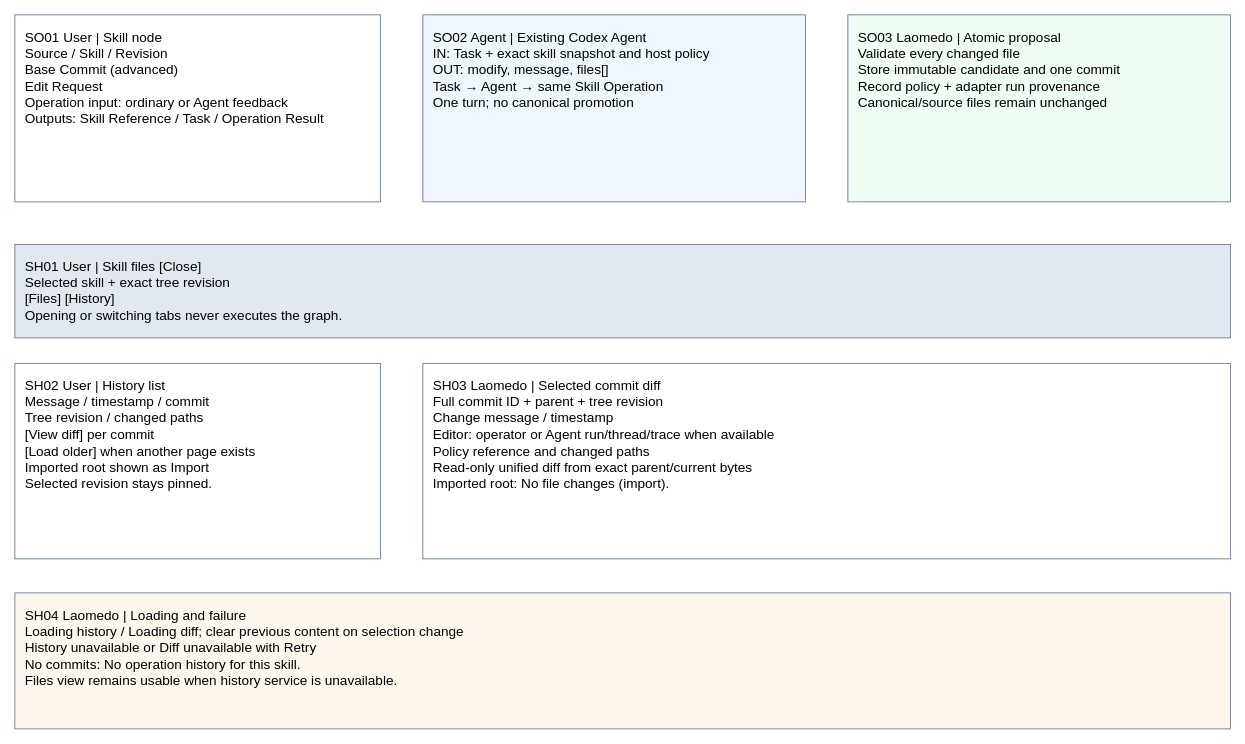
The draw.io diagram page "Skill operations and history" (2 of 2) of projects/laomedo/subsystems/skill-registry/design/skill-files.drawio in amadou-6e/specs, before the edit. Source tidied: cells renumbered, new cells numbered last; positions are measured from the earlier drawing's top-left corner, leaving out a move shared by most shapes. Both pictures are drawn from the tidied source at 85%, with x=0, y=0 at pixel (14, 14).
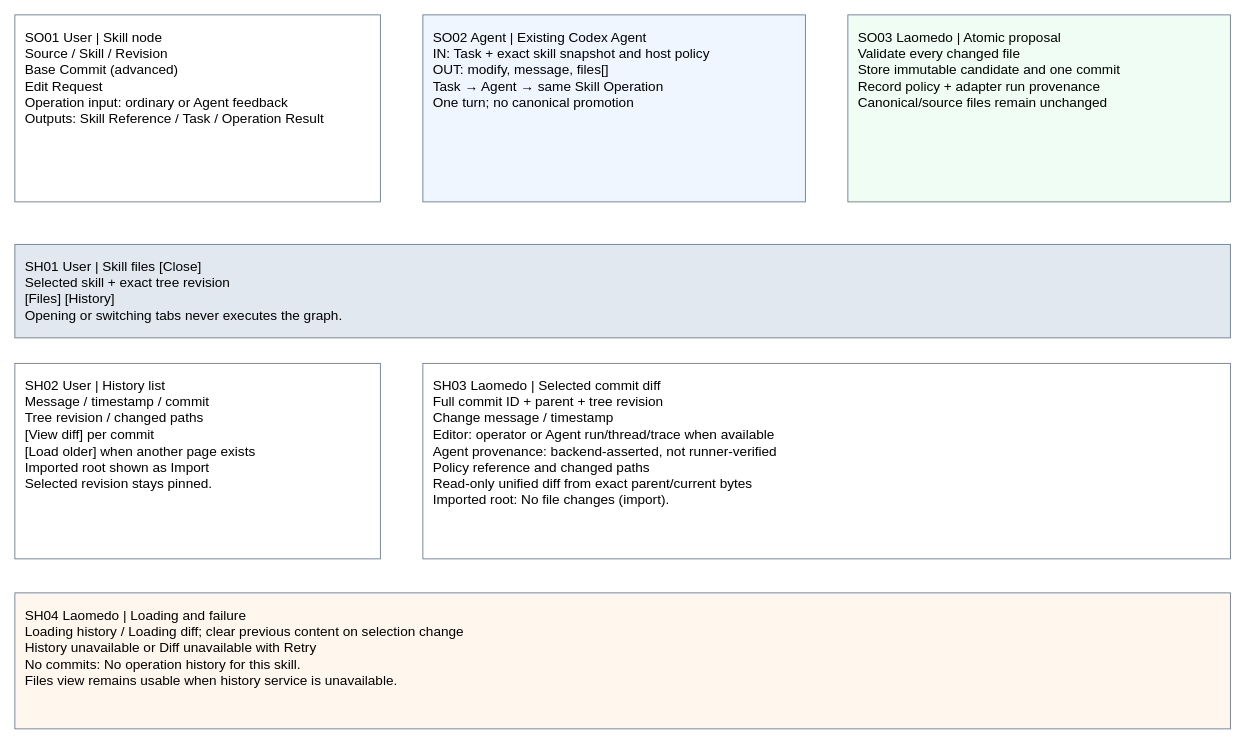
The same diagram, later.

Commit message (it also covers changes not shown here):
Clarify asserted provenance and candidate selection in Skill operations

What changed in the source:
```diff
@@
 <mxGraphModel>
   <root>
     <mxCell id="0" />
     <mxCell id="1" parent="0" />
     <mxCell id="2" value="SO01 User | Skill node&#10;Source / Skill / Revision&#10;Base Commit (advanced)&#10;Edit Request&#10;Operation input: ordinary or Agent feedback&#10;Outputs: Skill Reference / Task / Operation Result" style="rounded=0;whiteSpace=wrap;html=0;align=left;verticalAlign=top;spacing=12;fontFamily=Arial;fontSize=16;fillColor=#ffffff;strokeColor=#64748b;" parent="1" vertex="1">
       <mxGeometry width="430" height="220" as="geometry" />
     </mxCell>
     <mxCell id="3" value="SO02 Agent | Existing Codex Agent&#10;IN: Task + exact skill snapshot and host policy&#10;OUT: modify, message, files[]&#10;Task → Agent → same Skill Operation&#10;One turn; no canonical promotion" style="rounded=0;whiteSpace=wrap;html=0;align=left;verticalAlign=top;spacing=12;fontFamily=Arial;fontSize=16;fillColor=#eff6ff;strokeColor=#64748b;" parent="1" vertex="1">
       <mxGeometry x="480" width="450" height="220" as="geometry" />
     </mxCell>
     <mxCell id="4" value="SO03 Laomedo | Atomic proposal&#10;Validate every changed file&#10;Store immutable candidate and one commit&#10;Record policy + adapter run provenance&#10;Canonical/source files remain unchanged" style="rounded=0;whiteSpace=wrap;html=0;align=left;verticalAlign=top;spacing=12;fontFamily=Arial;fontSize=16;fillColor=#f0fdf4;strokeColor=#64748b;" parent="1" vertex="1">
       <mxGeometry x="980" width="450" height="220" as="geometry" />
     </mxCell>
     <mxCell id="5" value="SH01 User | Skill files                         [Close]&#10;Selected skill + exact tree revision&#10;[Files] [History]&#10;Opening or switching tabs never executes the graph." style="rounded=0;whiteSpace=wrap;html=0;align=left;verticalAlign=top;spacing=12;fontFamily=Arial;fontSize=16;fillColor=#e2e8f0;strokeColor=#64748b;" parent="1" vertex="1">
       <mxGeometry y="270" width="1430" height="110" as="geometry" />
     </mxCell>
     <mxCell id="6" value="SH02 User | History list&#10;Message / timestamp / commit&#10;Tree revision / changed paths&#10;[View diff] per commit&#10;[Load older] when another page exists&#10;Imported root shown as Import&#10;Selected revision stays pinned." style="rounded=0;whiteSpace=wrap;html=0;align=left;verticalAlign=top;spacing=12;fontFamily=Arial;fontSize=16;fillColor=#ffffff;strokeColor=#64748b;" parent="1" vertex="1">
       <mxGeometry y="410" width="430" height="230" as="geometry" />
     </mxCell>
-    <mxCell id="7" value="SH03 Laomedo | Selected commit diff&#10;Full commit ID + parent + tree revision&#10;Change message / timestamp&#10;Editor: operator or Agent run/thread/trace when available&#10;Policy reference and changed paths&#10;Read-only unified diff from exact parent/current bytes&#10;Imported root: No file changes (import)." style="rounded=0;whiteSpace=wrap;html=0;align=left;verticalAlign=top;spacing=12;fontFamily=Arial;fontSize=16;fillColor=#ffffff;strokeColor=#64748b;" parent="1" vertex="1">
+    <mxCell id="7" value="SH03 Laomedo | Selected commit diff&#10;Full commit ID + parent + tree revision&#10;Change message / timestamp&#10;Editor: operator or Agent run/thread/trace when available&#10;Agent provenance: backend-asserted, not runner-verified&#10;Policy reference and changed paths&#10;Read-only unified diff from exact parent/current bytes&#10;Imported root: No file changes (import)." style="rounded=0;whiteSpace=wrap;html=0;align=left;verticalAlign=top;spacing=12;fontFamily=Arial;fontSize=16;fillColor=#ffffff;strokeColor=#64748b;" parent="1" vertex="1">
       <mxGeometry x="480" y="410" width="950" height="230" as="geometry" />
     </mxCell>
     <mxCell id="8" value="SH04 Laomedo | Loading and failure&#10;Loading history / Loading diff; clear previous content on selection change&#10;History unavailable or Diff unavailable with Retry&#10;No commits: No operation history for this skill.&#10;Files view remains usable when history service is unavailable." style="rounded=0;whiteSpace=wrap;html=0;align=left;verticalAlign=top;spacing=12;fontFamily=Arial;fontSize=16;fillColor=#fff7ed;strokeColor=#64748b;" parent="1" vertex="1">
       <mxGeometry y="680" width="1430" height="160" as="geometry" />
     </mxCell>
   </root>
 </mxGraphModel>
```
